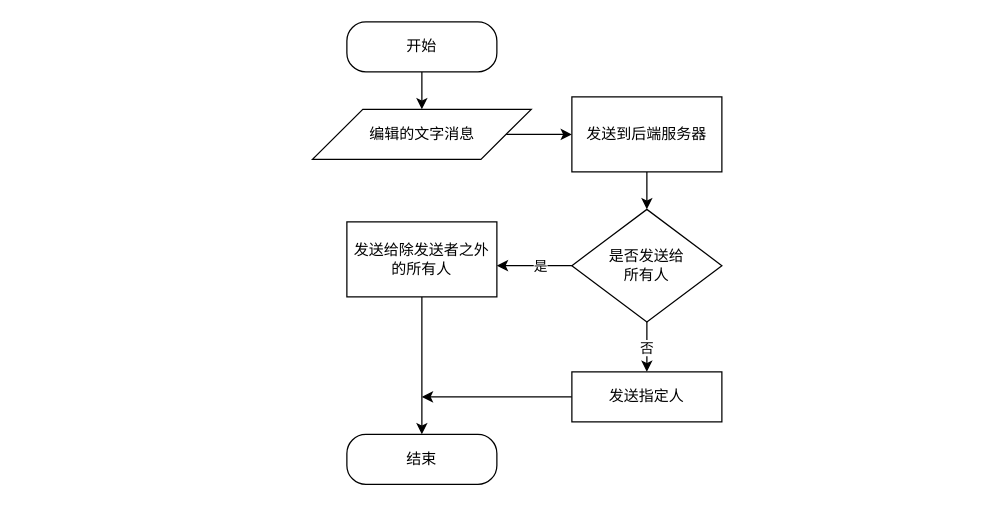
jhongxu/image-hosting keeps this draw.io diagram as drawio/屏幕共享流程图.drawio. Above is the earlier version. Source tidied: cells renumbered, new cells numbered last; positions are measured from the earlier drawing's top-left corner, leaving out a move shared by most shapes. Both pictures are drawn from the tidied source at 125%, with x=0, y=0 at pixel (311, 21).
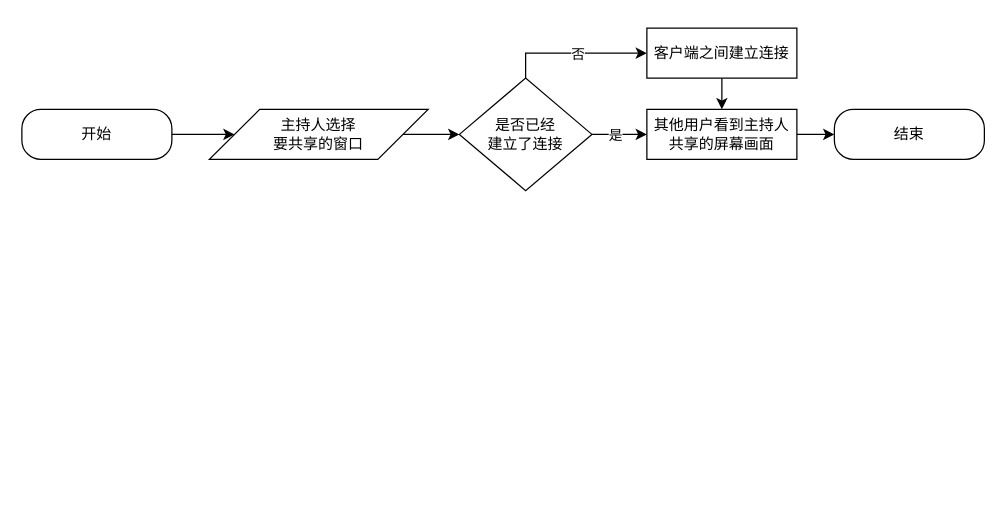
After the change.

Commit message:
更新屏幕共享流程图.drawio

Change to the diagram source:
```diff
@@
-    <mxCell id="2" style="edgeStyle=orthogonalEdgeStyle;rounded=0;jettySize=auto;html=1;entryX=0.5;entryY=0;entryDx=0;entryDy=0;" parent="1" edge="1" target="5">
-      <mxGeometry relative="1" as="geometry">
-        <mxPoint x="88" y="40" as="sourcePoint" />
-      </mxGeometry>
-    </mxCell>
     <mxCell id="3" value="结束" style="rounded=1;whiteSpace=wrap;html=1;fontSize=12;glass=0;strokeWidth=1;shadow=0;arcSize=38;" parent="1" vertex="1">
-      <mxGeometry x="28" y="330" width="120" height="40" as="geometry" />
+      <mxGeometry x="418" y="70" width="120" height="40" as="geometry" />
     </mxCell>
-    <mxCell id="4" style="edgeStyle=orthogonalEdgeStyle;rounded=0;jettySize=auto;html=1;" parent="1" edge="1" source="5" target="9">
-      <mxGeometry relative="1" as="geometry" />
-    </mxCell>
+    <mxCell id="18" style="edgeStyle=orthogonalEdgeStyle;rounded=0;jettySize=auto;html=1;exitX=1;exitY=0.5;exitDx=0;exitDy=0;entryX=0;entryY=0.5;entryDx=0;entryDy=0;" parent="1" edge="1" source="5" target="22">
+      <mxGeometry relative="1" as="geometry" />
+    </mxCell>
-    <mxCell id="5" value="编辑的文字消息" style="shape=parallelogram;html=1;strokeWidth=1;perimeter=parallelogramPerimeter;whiteSpace=wrap;rounded=1;arcSize=0;size=0.23;" parent="1" vertex="1">
-      <mxGeometry x="0.5" y="70" width="175" height="40" as="geometry" />
+    <mxCell id="5" value="主持人选择&lt;br&gt;要共享的窗口" style="shape=parallelogram;html=1;strokeWidth=1;perimeter=parallelogramPerimeter;whiteSpace=wrap;rounded=1;arcSize=0;size=0.23;" parent="1" vertex="1">
+      <mxGeometry x="-82" y="70" width="175" height="40" as="geometry" />
     </mxCell>
-    <mxCell id="6" style="edgeStyle=orthogonalEdgeStyle;rounded=0;jettySize=auto;html=1;exitX=0.5;exitY=1;exitDx=0;exitDy=0;entryX=0.5;entryY=0;entryDx=0;entryDy=0;" parent="1" edge="1" source="15" target="3">
-      <mxGeometry relative="1" as="geometry" />
-    </mxCell>
+    <mxCell id="19" style="edgeStyle=orthogonalEdgeStyle;rounded=0;jettySize=auto;html=1;exitX=1;exitY=0.5;exitDx=0;exitDy=0;" parent="1" edge="1" source="7" target="5">
+      <mxGeometry relative="1" as="geometry" />
+    </mxCell>
     <mxCell id="7" value="开始" style="rounded=1;whiteSpace=wrap;html=1;fontSize=12;glass=0;strokeWidth=1;shadow=0;arcSize=38;" parent="1" vertex="1">
-      <mxGeometry x="28" width="120" height="40" as="geometry" />
+      <mxGeometry x="-232" y="70" width="120" height="40" as="geometry" />
     </mxCell>
-    <mxCell id="8" style="edgeStyle=orthogonalEdgeStyle;rounded=0;jettySize=auto;html=1;" parent="1" edge="1" source="9" target="14">
-      <mxGeometry relative="1" as="geometry" />
-    </mxCell>
-    <mxCell id="9" value="发送到后端服务器" style="whiteSpace=wrap;html=1;strokeWidth=1;rounded=1;arcSize=0;" parent="1" vertex="1">
-      <mxGeometry x="208" y="60" width="120" height="60" as="geometry" />
-    </mxCell>
-    <mxCell id="10" style="edgeStyle=orthogonalEdgeStyle;rounded=0;jettySize=auto;html=1;" parent="1" edge="1" source="14" target="15">
-      <mxGeometry relative="1" as="geometry">
-        <Array as="points">
-          <mxPoint x="178" y="195" />
-          <mxPoint x="178" y="195" />
-        </Array>
-      </mxGeometry>
-    </mxCell>
+    <mxCell id="20" style="edgeStyle=orthogonalEdgeStyle;rounded=0;jettySize=auto;html=1;exitX=1;exitY=0.5;exitDx=0;exitDy=0;entryX=0;entryY=0.5;entryDx=0;entryDy=0;" parent="1" edge="1" source="22" target="26">
+      <mxGeometry relative="1" as="geometry" />
+    </mxCell>
-    <mxCell id="11" value="是" style="edgeLabel;html=1;align=center;verticalAlign=middle;" parent="10" vertex="1">
-      <mxGeometry x="-0.13" relative="1" as="geometry" />
+    <mxCell id="11" value="是" style="edgeLabel;html=1;align=center;verticalAlign=middle;" parent="20" vertex="1">
+      <mxGeometry x="-0.3" y="-2" relative="1" as="geometry">
+        <mxPoint x="3" y="-2" as="offset" />
+      </mxGeometry>
     </mxCell>
-    <mxCell id="12" style="edgeStyle=orthogonalEdgeStyle;rounded=0;jettySize=auto;html=1;" parent="1" edge="1" source="14" target="17">
-      <mxGeometry relative="1" as="geometry" />
-    </mxCell>
+    <mxCell id="21" style="edgeStyle=orthogonalEdgeStyle;rounded=0;jettySize=auto;html=1;exitX=0.5;exitY=0;exitDx=0;exitDy=0;entryX=0;entryY=0.5;entryDx=0;entryDy=0;" parent="1" edge="1" source="22" target="24">
+      <mxGeometry relative="1" as="geometry" />
+    </mxCell>
-    <mxCell id="13" value="否" style="edgeLabel;html=1;align=center;verticalAlign=middle;" parent="12" vertex="1">
-      <mxGeometry x="-0.31" y="-1" relative="1" as="geometry">
-        <mxPoint y="6" as="offset" />
-      </mxGeometry>
+    <mxCell id="13" value="否" style="edgeLabel;html=1;align=center;verticalAlign=middle;" parent="21" vertex="1">
+      <mxGeometry x="0.05" relative="1" as="geometry" />
     </mxCell>
-    <mxCell id="14" value="是否发送给&lt;br&gt;所有人" style="rhombus;whiteSpace=wrap;html=1;strokeWidth=1;rounded=1;arcSize=0;" parent="1" vertex="1">
-      <mxGeometry x="208" y="150" width="120" height="90" as="geometry" />
-    </mxCell>
-    <mxCell id="15" value="发送给除发送者之外的所有人" style="whiteSpace=wrap;html=1;strokeWidth=1;rounded=1;arcSize=0;" parent="1" vertex="1">
-      <mxGeometry x="28" y="160" width="120" height="60" as="geometry" />
-    </mxCell>
-    <mxCell id="16" style="edgeStyle=orthogonalEdgeStyle;rounded=0;jettySize=auto;html=1;exitX=0;exitY=0.5;exitDx=0;exitDy=0;" parent="1" edge="1" source="17">
-      <mxGeometry relative="1" as="geometry">
-        <mxPoint x="88" y="300" as="targetPoint" />
-      </mxGeometry>
-    </mxCell>
-    <mxCell id="17" value="发送指定人" style="whiteSpace=wrap;html=1;strokeWidth=1;rounded=1;arcSize=0;" parent="1" vertex="1">
-      <mxGeometry x="208" y="280" width="120" height="40" as="geometry" />
-    </mxCell>
+    <mxCell id="22" value="是否已经&lt;br&gt;建立了连接" style="rhombus;whiteSpace=wrap;html=1;strokeWidth=1;rounded=1;arcSize=0;" parent="1" vertex="1">
+      <mxGeometry x="118" y="45" width="106" height="90" as="geometry" />
+    </mxCell>
+    <mxCell id="23" style="edgeStyle=orthogonalEdgeStyle;rounded=0;jettySize=auto;html=1;exitX=0.5;exitY=1;exitDx=0;exitDy=0;entryX=0.5;entryY=0;entryDx=0;entryDy=0;" parent="1" edge="1" source="24" target="26">
+      <mxGeometry relative="1" as="geometry" />
+    </mxCell>
+    <mxCell id="24" value="客户端之间建立连接" style="whiteSpace=wrap;html=1;strokeWidth=1;rounded=1;arcSize=0;" parent="1" vertex="1">
+      <mxGeometry x="268" y="5" width="120" height="40" as="geometry" />
+    </mxCell>
+    <mxCell id="25" style="edgeStyle=orthogonalEdgeStyle;rounded=0;jettySize=auto;html=1;exitX=1;exitY=0.5;exitDx=0;exitDy=0;entryX=0;entryY=0.5;entryDx=0;entryDy=0;" parent="1" edge="1" source="26" target="3">
+      <mxGeometry relative="1" as="geometry" />
+    </mxCell>
+    <mxCell id="26" value="其他用户看到主持人共享的屏幕画面" style="whiteSpace=wrap;html=1;strokeWidth=1;rounded=1;arcSize=0;" parent="1" vertex="1">
+      <mxGeometry x="268" y="70" width="120" height="40" as="geometry" />
+    </mxCell>
```
